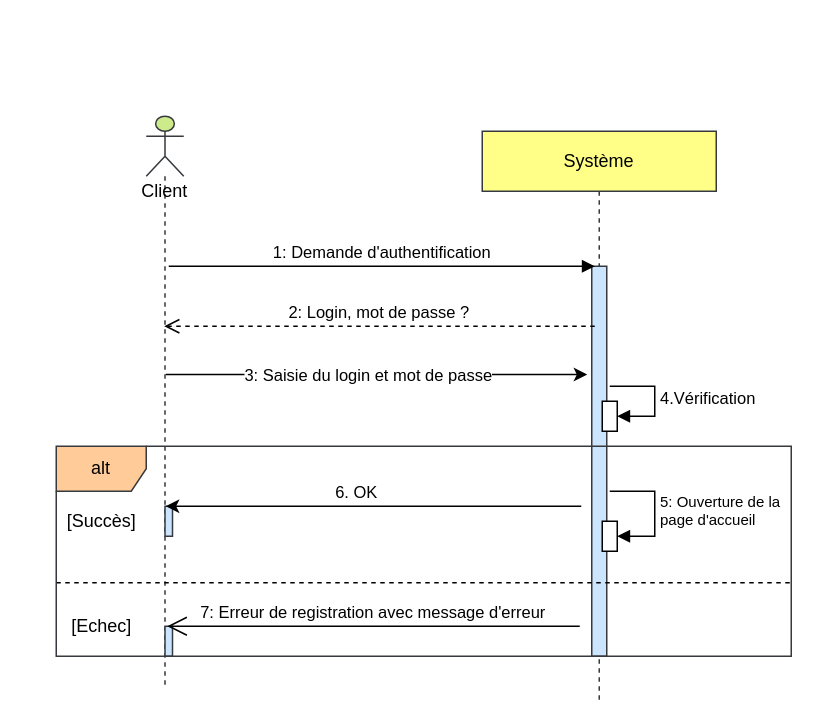
Above: scenario_client_login.drawio in amine-elarass49/angular_doc (draw.io), before the change. Source tidied: cells renumbered, new cells numbered last; positions are measured from the earlier drawing's top-left corner, leaving out a move shared by most shapes. Both pictures are drawn from the tidied source at 150%, with x=0, y=0 at pixel (56, 116).
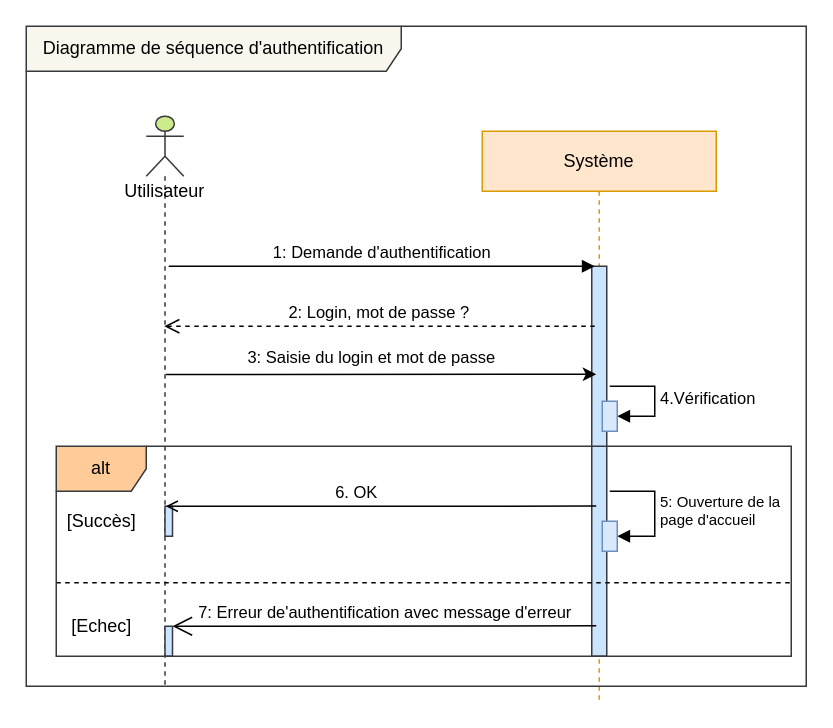
After the change.

The change refers to these unchanged cells:
```xml
<mxCell id="4" style="html=1;points=[[0,0,0,0,5],[0,1,0,0,-5],[1,0,0,0,5],[1,1,0,0,-5]];perimeter=orthogonalPerimeter;outlineConnect=0;targetShapes=umlLifeline;portConstraint=eastwest;newEdgeStyle={&quot;curved&quot;:0,&quot;rounded&quot;:0};fillColor=#cce5ff;strokeColor=#36393d;" parent="2" vertex="1">
  <mxGeometry x="12.5" y="340" width="5" height="20" as="geometry" />
</mxCell>
<mxCell id="6" style="html=1;points=[[0,0,0,0,5],[0,1,0,0,-5],[1,0,0,0,5],[1,1,0,0,-5]];perimeter=orthogonalPerimeter;outlineConnect=0;targetShapes=umlLifeline;portConstraint=eastwest;newEdgeStyle={&quot;curved&quot;:0,&quot;rounded&quot;:0};fillColor=#cce5ff;strokeColor=#36393d;" parent="5" vertex="1">
  <mxGeometry x="73" y="90" width="10" height="260" as="geometry" />
</mxCell>
```

The edit, as a diff of the source:
```diff
@@
-    <mxCell id="2" value="Client" style="shape=umlLifeline;participant=umlActor;perimeter=lifelinePerimeter;whiteSpace=wrap;html=1;verticalAlign=top;spacingTop=36;outlineConnect=0;fillColor=#cdeb8b;strokeColor=#36393d;" parent="1" vertex="1">
+    <mxCell id="2" value="Utilisateur" style="shape=umlLifeline;participant=umlActor;perimeter=lifelinePerimeter;whiteSpace=wrap;html=1;verticalAlign=top;spacingTop=36;outlineConnect=0;fillColor=#cdeb8b;strokeColor=#36393d;" parent="1" vertex="1">
       <mxGeometry x="60" width="25" height="380" as="geometry" />
     </mxCell>
@@
-    <mxCell id="5" value="Système" style="shape=umlLifeline;perimeter=lifelinePerimeter;whiteSpace=wrap;html=1;fillColor=#ffff88;strokeColor=#36393d;" parent="1" vertex="1">
+    <mxCell id="5" value="Système" style="shape=umlLifeline;perimeter=lifelinePerimeter;whiteSpace=wrap;html=1;fillColor=#ffe6cc;strokeColor=#d79b00;" parent="1" vertex="1">
       <mxGeometry x="284" y="10" width="156" height="380" as="geometry" />
     </mxCell>
@@
-    <mxCell id="10" style="html=1;points=[[0,0,0,0,5],[0,1,0,0,-5],[1,0,0,0,5],[1,1,0,0,-5]];perimeter=orthogonalPerimeter;outlineConnect=0;targetShapes=umlLifeline;portConstraint=eastwest;newEdgeStyle={&quot;curved&quot;:0,&quot;rounded&quot;:0};" parent="5" vertex="1">
+    <mxCell id="10" style="html=1;points=[[0,0,0,0,5],[0,1,0,0,-5],[1,0,0,0,5],[1,1,0,0,-5]];perimeter=orthogonalPerimeter;outlineConnect=0;targetShapes=umlLifeline;portConstraint=eastwest;newEdgeStyle={&quot;curved&quot;:0,&quot;rounded&quot;:0};fillColor=#dae8fc;strokeColor=#6c8ebf;" parent="5" vertex="1">
       <mxGeometry x="80" y="260" width="10" height="20" as="geometry" />
     </mxCell>
@@
-    <mxCell id="12" style="html=1;points=[[0,0,0,0,5],[0,1,0,0,-5],[1,0,0,0,5],[1,1,0,0,-5]];perimeter=orthogonalPerimeter;outlineConnect=0;targetShapes=umlLifeline;portConstraint=eastwest;newEdgeStyle={&quot;curved&quot;:0,&quot;rounded&quot;:0};" parent="5" vertex="1">
+    <mxCell id="12" style="html=1;points=[[0,0,0,0,5],[0,1,0,0,-5],[1,0,0,0,5],[1,1,0,0,-5]];perimeter=orthogonalPerimeter;outlineConnect=0;targetShapes=umlLifeline;portConstraint=eastwest;newEdgeStyle={&quot;curved&quot;:0,&quot;rounded&quot;:0};fillColor=#dae8fc;strokeColor=#6c8ebf;" parent="5" vertex="1">
       <mxGeometry x="80" y="180" width="10" height="20" as="geometry" />
     </mxCell>
@@
-    <mxCell id="17" style="endArrow=classic;html=1;rounded=0;entryX=0;entryY=0;entryDx=0;entryDy=5;entryPerimeter=0;" parent="1" edge="1">
+    <mxCell id="17" style="endArrow=open;html=1;rounded=0;entryX=0;entryY=0;entryDx=0;entryDy=5;entryPerimeter=0;exitX=0.3;exitY=0.615;exitDx=0;exitDy=0;exitPerimeter=0;endFill=0;" parent="1" edge="1" source="6">
       <mxGeometry relative="1" as="geometry">
-        <mxPoint x="350" y="260" as="sourcePoint" />
         <mxPoint x="73" y="260" as="targetPoint" />
       </mxGeometry>
     </mxCell>
     <mxCell id="18" style="endArrow=none;html=1;rounded=0;entryX=0;entryY=0;entryDx=0;entryDy=5;entryPerimeter=0;endFill=0;startArrow=classic;startFill=1;" parent="1" edge="1">
       <mxGeometry relative="1" as="geometry">
-        <mxPoint x="354" y="172.2" as="sourcePoint" />
+        <mxPoint x="360" y="172" as="sourcePoint" />
         <mxPoint x="73" y="172.2" as="targetPoint" />
       </mxGeometry>
     </mxCell>
     <mxCell id="19" value="&lt;div&gt;3: Saisie du login et mot de passe &lt;/div&gt;" style="edgeLabel;html=1;align=center;verticalAlign=middle;" parent="18" vertex="1">
       <mxGeometry x="0.28" relative="1" as="geometry">
-        <mxPoint x="33" as="offset" />
+        <mxPoint x="33" y="-12" as="offset" />
       </mxGeometry>
     </mxCell>
@@
-    <mxCell id="21" value="7: Erreur de registration avec message d'erreur" style="html=1;verticalAlign=bottom;endArrow=open;endSize=11;startSize=0;jumpSize=14;" parent="1" edge="1">
+    <mxCell id="21" value="7: Erreur de'authentification avec message d'erreur" style="html=1;verticalAlign=bottom;endArrow=open;endSize=11;startSize=0;jumpSize=14;" parent="1" edge="1" target="4">
       <mxGeometry relative="1" as="geometry">
-        <mxPoint x="349" y="340" as="sourcePoint" />
-        <mxPoint x="74" y="340" as="targetPoint" />
-        <Array as="points">
-          <mxPoint x="189" y="340" />
-        </Array>
+        <mxPoint x="360" y="339.7" as="sourcePoint" />
       </mxGeometry>
     </mxCell>
+    <mxCell id="22" value="Diagramme de séquence d'authentification" style="shape=umlFrame;whiteSpace=wrap;html=1;width=250;height=30;fillColor=#f9f7ed;strokeColor=#36393d;" parent="1" vertex="1">
+      <mxGeometry x="-20" y="-60" width="520" height="440" as="geometry" />
+    </mxCell>
```
